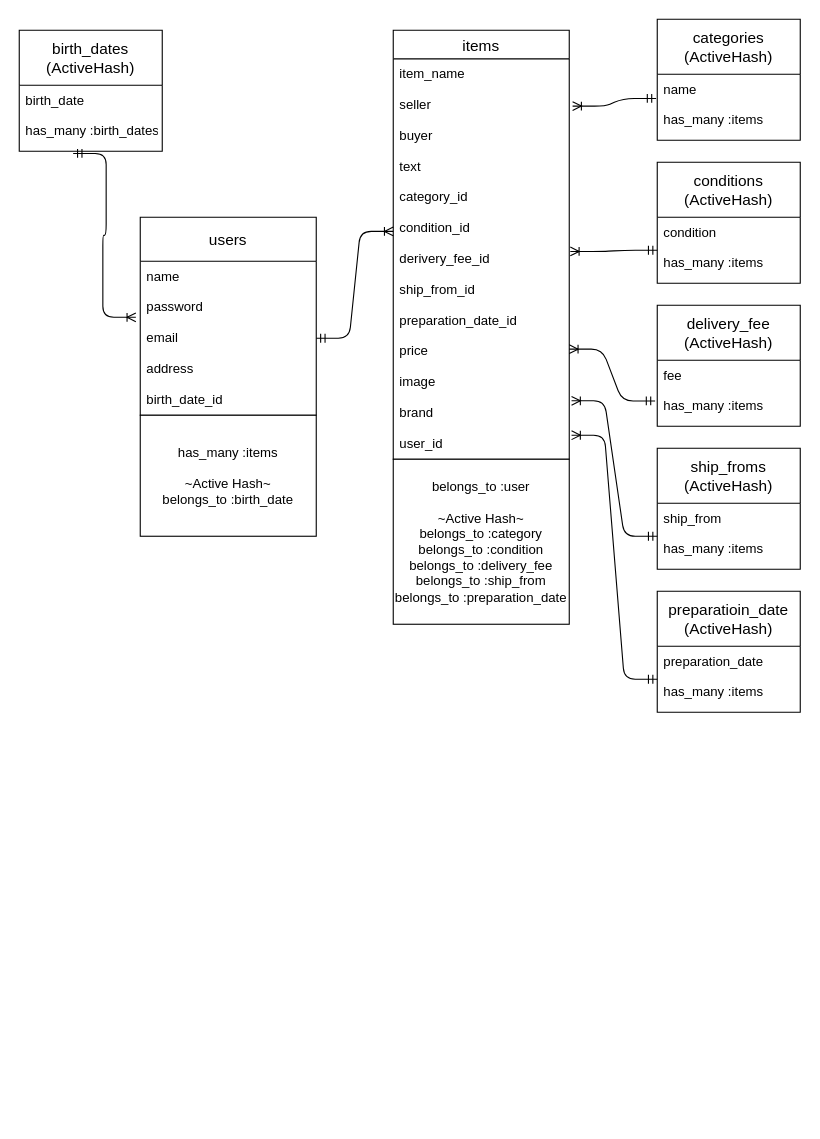
Before: furima 37858.dio in taishi0502/furima-37858, a draw.io diagram. Source tidied: cells renumbered, new cells numbered last; positions are measured from the earlier drawing's top-left corner, leaving out a move shared by most shapes. Both pictures are drawn from the tidied source at 110%, with x=0, y=0 at pixel (19, 19).
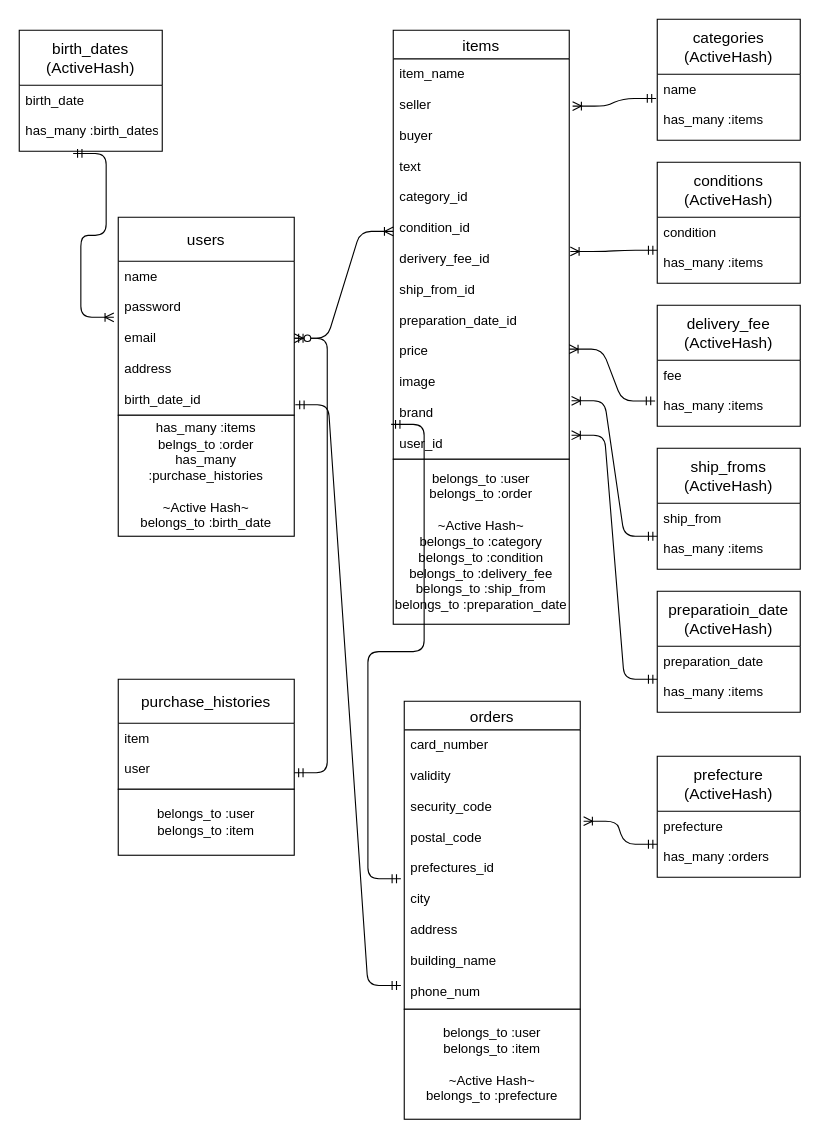
The same page after the edit.

The change refers to these unchanged cells:
```xml
<mxCell id="5" value="name&#10;&#10;password&#10;&#10;email&#10;&#10;address&#10;&#10;birth_date_id&#10;" style="text;strokeColor=none;fillColor=none;spacingLeft=4;spacingRight=4;overflow=hidden;points=[[0,0.5],[1,0.5]];portConstraint=eastwest;fontSize=12;" parent="4" vertex="1">
  <mxGeometry y="40" width="160" height="140" as="geometry" />
</mxCell>
<mxCell id="8" value="item_name&#10;&#10;seller&#10;&#10;buyer&#10;&#10;text&#10;&#10;category_id&#10;&#10;condition_id&#10;&#10;derivery_fee_id&#10;&#10;ship_from_id&#10;&#10;preparation_date_id&#10;&#10;price&#10;&#10;image&#10;&#10;brand&#10;&#10;user_id&#10;" style="text;strokeColor=none;fillColor=none;spacingLeft=4;spacingRight=4;overflow=hidden;points=[[0,0.5],[1,0.5]];portConstraint=eastwest;fontSize=12;" parent="7" vertex="1">
  <mxGeometry y="26" width="160" height="364" as="geometry" />
</mxCell>
```

Change to the diagram source:
```diff
@@
     <mxCell id="4" value="users" style="swimlane;fontStyle=0;horizontal=1;startSize=40;align=center;fontSize=14;" parent="1" vertex="1">
-      <mxGeometry x="110" y="180" width="160" height="180" as="geometry" />
+      <mxGeometry x="90" y="180" width="160" height="180" as="geometry" />
     </mxCell>
@@
-    <mxCell id="6" value="has_many :items&lt;br&gt;&lt;br&gt;~Active Hash~&lt;br&gt;belongs_to :birth_date" style="whiteSpace=wrap;html=1;align=center;" parent="1" vertex="1">
-      <mxGeometry x="110" y="360" width="160" height="110" as="geometry" />
+    <mxCell id="6" value="has_many :items&lt;br&gt;belngs_to :order&lt;br&gt;has_many :purchase_histories&lt;br&gt;&lt;br&gt;~Active Hash~&lt;br&gt;belongs_to :birth_date" style="whiteSpace=wrap;html=1;align=center;" parent="1" vertex="1">
+      <mxGeometry x="90" y="360" width="160" height="110" as="geometry" />
     </mxCell>
@@
-    <mxCell id="9" value="belongs_to :user&lt;br&gt;&lt;br&gt;~Active Hash~&lt;br&gt;belongs_to :category&lt;br&gt;belongs_to :condition&lt;br&gt;belongs_to :delivery_fee&lt;br&gt;belongs_to :ship_from&lt;br&gt;belongs_to :preparation_date" style="whiteSpace=wrap;html=1;align=center;" parent="1" vertex="1">
+    <mxCell id="9" value="belongs_to :user&lt;br&gt;belongs_to :order&lt;br&gt;&lt;br&gt;~Active Hash~&lt;br&gt;belongs_to :category&lt;br&gt;belongs_to :condition&lt;br&gt;belongs_to :delivery_fee&lt;br&gt;belongs_to :ship_from&lt;br&gt;belongs_to :preparation_date" style="whiteSpace=wrap;html=1;align=center;" parent="1" vertex="1">
       <mxGeometry x="340" y="400" width="160" height="150" as="geometry" />
     </mxCell>
@@
+    <mxCell id="27" value="orders" style="swimlane;fontStyle=0;horizontal=1;startSize=26;align=center;fontSize=14;" parent="1" vertex="1">
+      <mxGeometry x="350" y="620" width="160" height="280" as="geometry" />
+    </mxCell>
+    <mxCell id="28" value="card_number &#10;&#10;validity&#10;&#10;security_code&#10;&#10;postal_code&#10;&#10;prefectures_id&#10;&#10;city&#10;&#10;address&#10;&#10;building_name&#10;&#10;phone_num" style="text;strokeColor=none;fillColor=none;spacingLeft=4;spacingRight=4;overflow=hidden;points=[[0,0.5],[1,0.5]];portConstraint=eastwest;fontSize=12;" parent="27" vertex="1">
+      <mxGeometry y="26" width="160" height="254" as="geometry" />
+    </mxCell>
+    <mxCell id="29" value="prefecture&#10;(ActiveHash)" style="swimlane;fontStyle=0;horizontal=1;startSize=50;align=center;fontSize=14;" parent="1" vertex="1">
+      <mxGeometry x="580" y="670" width="130" height="110" as="geometry" />
+    </mxCell>
+    <mxCell id="30" value="prefecture&#10;&#10;has_many :orders&#10;" style="text;strokeColor=none;fillColor=none;spacingLeft=4;spacingRight=4;overflow=hidden;points=[[0,0.5],[1,0.5]];portConstraint=eastwest;fontSize=12;" parent="29" vertex="1">
+      <mxGeometry y="50" width="130" height="60" as="geometry" />
+    </mxCell>
+    <mxCell id="31" style="edgeStyle=entityRelationEdgeStyle;fontSize=12;html=1;endArrow=ERoneToMany;startArrow=ERmandOne;exitX=0;exitY=0.5;exitDx=0;exitDy=0;entryX=1.019;entryY=0.327;entryDx=0;entryDy=0;entryPerimeter=0;" parent="1" edge="1" source="30" target="28">
+      <mxGeometry relative="1" as="geometry" />
+    </mxCell>
+    <mxCell id="32" value="belongs_to :user&lt;br&gt;belongs_to :item&lt;br&gt;&lt;br&gt;~Active Hash~&lt;br&gt;belongs_to :prefecture" style="whiteSpace=wrap;html=1;align=center;" parent="1" vertex="1">
+      <mxGeometry x="350" y="900" width="160" height="100" as="geometry" />
+    </mxCell>
+    <mxCell id="33" value="purchase_histories" style="swimlane;fontStyle=0;horizontal=1;startSize=40;align=center;fontSize=14;" parent="1" vertex="1">
+      <mxGeometry x="90" y="600" width="160" height="100" as="geometry" />
+    </mxCell>
+    <mxCell id="34" value="item&#10;&#10;user" style="text;strokeColor=none;fillColor=none;spacingLeft=4;spacingRight=4;overflow=hidden;points=[[0,0.5],[1,0.5]];portConstraint=eastwest;fontSize=12;" parent="33" vertex="1">
+      <mxGeometry y="40" width="160" height="60" as="geometry" />
+    </mxCell>
+    <mxCell id="35" value="belongs_to :user&lt;br&gt;belongs_to :item" style="whiteSpace=wrap;html=1;align=center;" parent="1" vertex="1">
+      <mxGeometry x="90" y="700" width="160" height="60" as="geometry" />
+    </mxCell>
+    <mxCell id="36" style="edgeStyle=entityRelationEdgeStyle;fontSize=12;html=1;endArrow=ERmandOne;startArrow=ERmandOne;exitX=-0.019;exitY=0.533;exitDx=0;exitDy=0;exitPerimeter=0;entryX=-0.012;entryY=0.913;entryDx=0;entryDy=0;entryPerimeter=0;" parent="1" edge="1" source="28" target="8">
+      <mxGeometry relative="1" as="geometry" />
+    </mxCell>
+    <mxCell id="37" style="edgeStyle=entityRelationEdgeStyle;fontSize=12;html=1;endArrow=ERmandOne;startArrow=ERmandOne;exitX=-0.019;exitY=0.915;exitDx=0;exitDy=0;exitPerimeter=0;entryX=1.006;entryY=0.932;entryDx=0;entryDy=0;entryPerimeter=0;" parent="1" edge="1" source="28" target="5">
+      <mxGeometry relative="1" as="geometry" />
+    </mxCell>
+    <mxCell id="38" style="edgeStyle=entityRelationEdgeStyle;fontSize=12;html=1;endArrow=ERzeroToMany;startArrow=ERmandOne;exitX=1;exitY=0.75;exitDx=0;exitDy=0;exitPerimeter=0;entryX=1;entryY=0.5;entryDx=0;entryDy=0;" parent="1" edge="1" source="34" target="5">
+      <mxGeometry relative="1" as="geometry" />
+    </mxCell>
```
